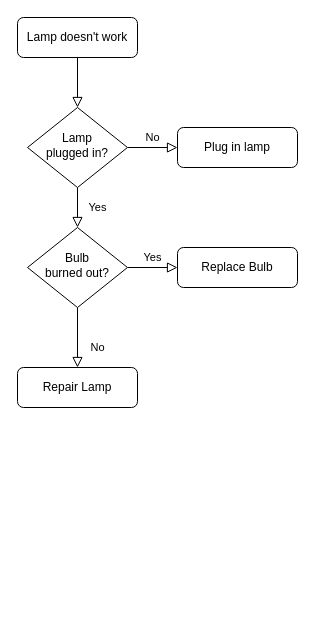
This is 工作区权限.drawio from hey-weixy/diagrams, a draw.io file, before an edit. Source tidied: cells renumbered, new cells numbered last; positions are measured from the earlier drawing's top-left corner, leaving out a move shared by most shapes. Both pictures are drawn from the tidied source at 100%, with x=0, y=0 at pixel (17, 17).
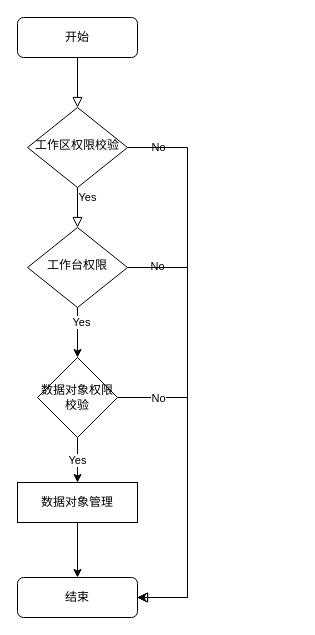
The same diagram, later.

Commit message:
Update 工作区权限.drawio

Change to the diagram source:
```diff
@@
-    <mxCell id="3" value="Lamp doesn't work" style="rounded=1;whiteSpace=wrap;html=1;fontSize=12;glass=0;strokeWidth=1;shadow=0;" parent="1" vertex="1">
+    <mxCell id="3" value="开始" style="rounded=1;whiteSpace=wrap;html=1;fontSize=12;glass=0;strokeWidth=1;shadow=0;" parent="1" vertex="1">
       <mxGeometry width="120" height="40" as="geometry" />
     </mxCell>
     <mxCell id="4" value="Yes" style="rounded=0;html=1;jettySize=auto;fontSize=11;endArrow=block;endFill=0;endSize=8;strokeWidth=1;shadow=0;labelBackgroundColor=none;edgeStyle=orthogonalEdgeStyle;" parent="1" edge="1" source="6" target="10">
-      <mxGeometry y="20" relative="1" as="geometry" />
+      <mxGeometry x="-0.5" y="10" relative="1" as="geometry" />
     </mxCell>
-    <mxCell id="5" value="No" style="edgeStyle=orthogonalEdgeStyle;rounded=0;html=1;jettySize=auto;fontSize=11;endArrow=block;endFill=0;endSize=8;strokeWidth=1;shadow=0;labelBackgroundColor=none;" parent="1" edge="1" source="6" target="7">
-      <mxGeometry y="10" relative="1" as="geometry" />
+    <mxCell id="5" value="No" style="edgeStyle=orthogonalEdgeStyle;rounded=0;html=1;jettySize=auto;fontSize=11;endArrow=block;endFill=0;endSize=8;strokeWidth=1;shadow=0;labelBackgroundColor=none;entryX=1;entryY=0.5;entryDx=0;entryDy=0;" parent="1" edge="1" source="6" target="11">
+      <mxGeometry x="-0.36" y="-30" relative="1" as="geometry">
+        <Array as="points">
+          <mxPoint x="170" y="130" />
+          <mxPoint x="170" y="580" />
+        </Array>
+      </mxGeometry>
     </mxCell>
-    <mxCell id="6" value="Lamp&lt;br&gt;plugged in?" style="rhombus;whiteSpace=wrap;html=1;shadow=0;fontFamily=Helvetica;fontSize=12;align=center;strokeWidth=1;spacing=6;spacingTop=-4;" parent="1" vertex="1">
+    <mxCell id="6" value="工作区权限校验" style="rhombus;whiteSpace=wrap;html=1;shadow=0;fontFamily=Helvetica;fontSize=12;align=center;strokeWidth=1;spacing=6;spacingTop=-4;" parent="1" vertex="1">
       <mxGeometry x="10" y="90" width="100" height="80" as="geometry" />
     </mxCell>
-    <mxCell id="7" value="Plug in lamp" style="rounded=1;whiteSpace=wrap;html=1;fontSize=12;glass=0;strokeWidth=1;shadow=0;" parent="1" vertex="1">
-      <mxGeometry x="160" y="110" width="120" height="40" as="geometry" />
-    </mxCell>
-    <mxCell id="8" value="No" style="rounded=0;html=1;jettySize=auto;fontSize=11;endArrow=block;endFill=0;endSize=8;strokeWidth=1;shadow=0;labelBackgroundColor=none;edgeStyle=orthogonalEdgeStyle;" parent="1" edge="1" source="10" target="11">
-      <mxGeometry x="0.33" y="20" relative="1" as="geometry" />
-    </mxCell>
-    <mxCell id="9" value="Yes" style="edgeStyle=orthogonalEdgeStyle;rounded=0;html=1;jettySize=auto;fontSize=11;endArrow=block;endFill=0;endSize=8;strokeWidth=1;shadow=0;labelBackgroundColor=none;" parent="1" edge="1" source="10" target="12">
-      <mxGeometry y="10" relative="1" as="geometry" />
+    <mxCell id="9" value="No" style="edgeStyle=orthogonalEdgeStyle;rounded=0;html=1;jettySize=auto;fontSize=11;endArrow=block;endFill=0;endSize=8;strokeWidth=1;shadow=0;labelBackgroundColor=none;entryX=1;entryY=0.5;entryDx=0;entryDy=0;" parent="1" edge="1" source="10" target="11">
+      <mxGeometry x="-0.86" y="120" relative="1" as="geometry">
+        <Array as="points">
+          <mxPoint x="170" y="250" />
+          <mxPoint x="170" y="580" />
+        </Array>
+      </mxGeometry>
     </mxCell>
+    <mxCell id="13" style="edgeStyle=orthogonalEdgeStyle;rounded=0;jettySize=auto;html=1;entryX=0.5;entryY=0;entryDx=0;entryDy=0;" parent="1" edge="1" source="10" target="19">
+      <mxGeometry relative="1" as="geometry" />
+    </mxCell>
+    <mxCell id="14" value="Yes" style="edgeLabel;html=1;align=center;verticalAlign=middle;" parent="13" vertex="1">
+      <mxGeometry x="-0.44" y="3" relative="1" as="geometry" />
+    </mxCell>
-    <mxCell id="10" value="Bulb&lt;br&gt;burned out?" style="rhombus;whiteSpace=wrap;html=1;shadow=0;fontFamily=Helvetica;fontSize=12;align=center;strokeWidth=1;spacing=6;spacingTop=-4;" parent="1" vertex="1">
+    <mxCell id="10" value="工作台权限" style="rhombus;whiteSpace=wrap;html=1;shadow=0;fontFamily=Helvetica;fontSize=12;align=center;strokeWidth=1;spacing=6;spacingTop=-4;" parent="1" vertex="1">
       <mxGeometry x="10" y="210" width="100" height="80" as="geometry" />
     </mxCell>
-    <mxCell id="11" value="Repair Lamp" style="rounded=1;whiteSpace=wrap;html=1;fontSize=12;glass=0;strokeWidth=1;shadow=0;" parent="1" vertex="1">
-      <mxGeometry y="350" width="120" height="40" as="geometry" />
+    <mxCell id="11" value="结束" style="rounded=1;whiteSpace=wrap;html=1;fontSize=12;glass=0;strokeWidth=1;shadow=0;" parent="1" vertex="1">
+      <mxGeometry y="560" width="120" height="40" as="geometry" />
     </mxCell>
-    <mxCell id="12" value="Replace Bulb" style="rounded=1;whiteSpace=wrap;html=1;fontSize=12;glass=0;strokeWidth=1;shadow=0;" parent="1" vertex="1">
-      <mxGeometry x="160" y="230" width="120" height="40" as="geometry" />
-    </mxCell>
+    <mxCell id="15" style="edgeStyle=orthogonalEdgeStyle;rounded=0;jettySize=auto;html=1;entryX=0.5;entryY=0;entryDx=0;entryDy=0;" parent="1" edge="1" source="16" target="11">
+      <mxGeometry relative="1" as="geometry" />
+    </mxCell>
+    <mxCell id="16" value="数据对象管理" style="rounded=0;whiteSpace=wrap;html=1;" parent="1" vertex="1">
+      <mxGeometry y="465" width="120" height="40" as="geometry" />
+    </mxCell>
+    <mxCell id="17" value="Yes" style="edgeStyle=orthogonalEdgeStyle;rounded=0;jettySize=auto;html=1;entryX=0.5;entryY=0;entryDx=0;entryDy=0;" parent="1" edge="1" source="19" target="16">
+      <mxGeometry relative="1" as="geometry" />
+    </mxCell>
+    <mxCell id="18" style="edgeStyle=orthogonalEdgeStyle;rounded=0;jettySize=auto;html=1;entryX=1;entryY=0.5;entryDx=0;entryDy=0;" parent="1" edge="1" source="19" target="11">
+      <mxGeometry relative="1" as="geometry">
+        <Array as="points">
+          <mxPoint x="170" y="380" />
+          <mxPoint x="170" y="580" />
+        </Array>
+      </mxGeometry>
+    </mxCell>
+    <mxCell id="8" value="No" style="edgeLabel;html=1;align=center;verticalAlign=middle;" parent="18" vertex="1">
+      <mxGeometry x="-0.85" y="2" relative="1" as="geometry">
+        <mxPoint x="16" y="2" as="offset" />
+      </mxGeometry>
+    </mxCell>
+    <mxCell id="19" value="&lt;span&gt;数据对象权限校验&lt;/span&gt;" style="rhombus;whiteSpace=wrap;html=1;" parent="1" vertex="1">
+      <mxGeometry x="20" y="340" width="80" height="80" as="geometry" />
+    </mxCell>
```
